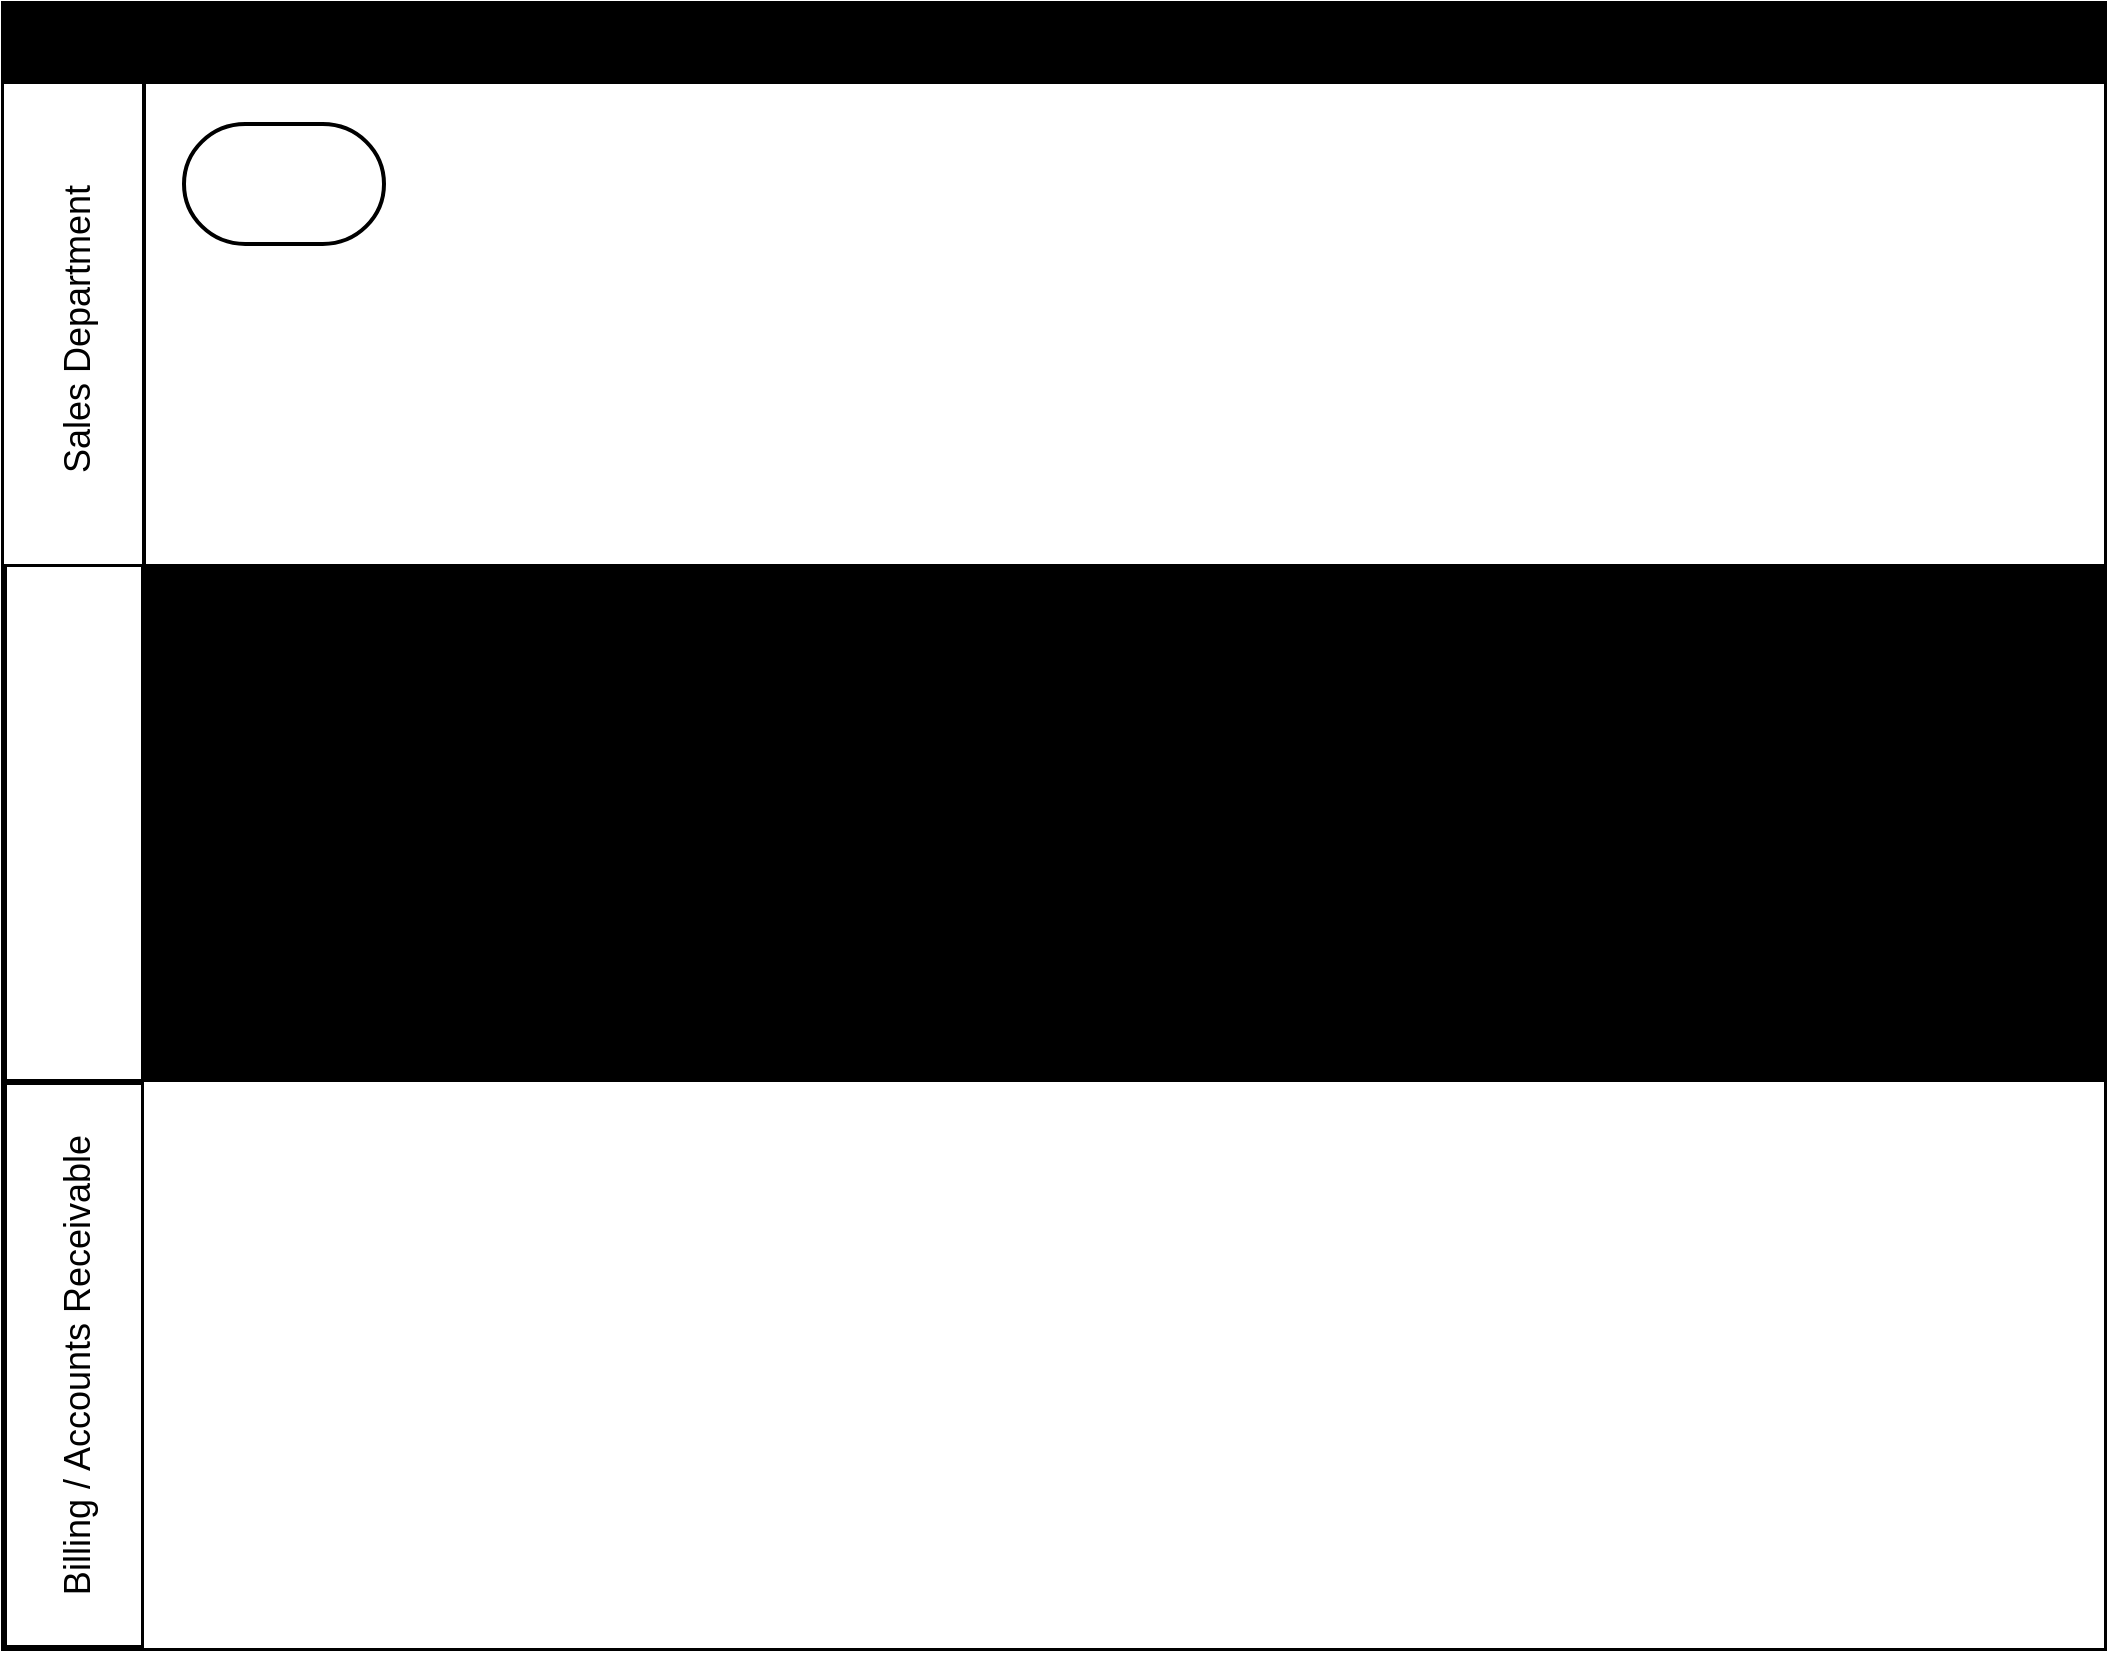
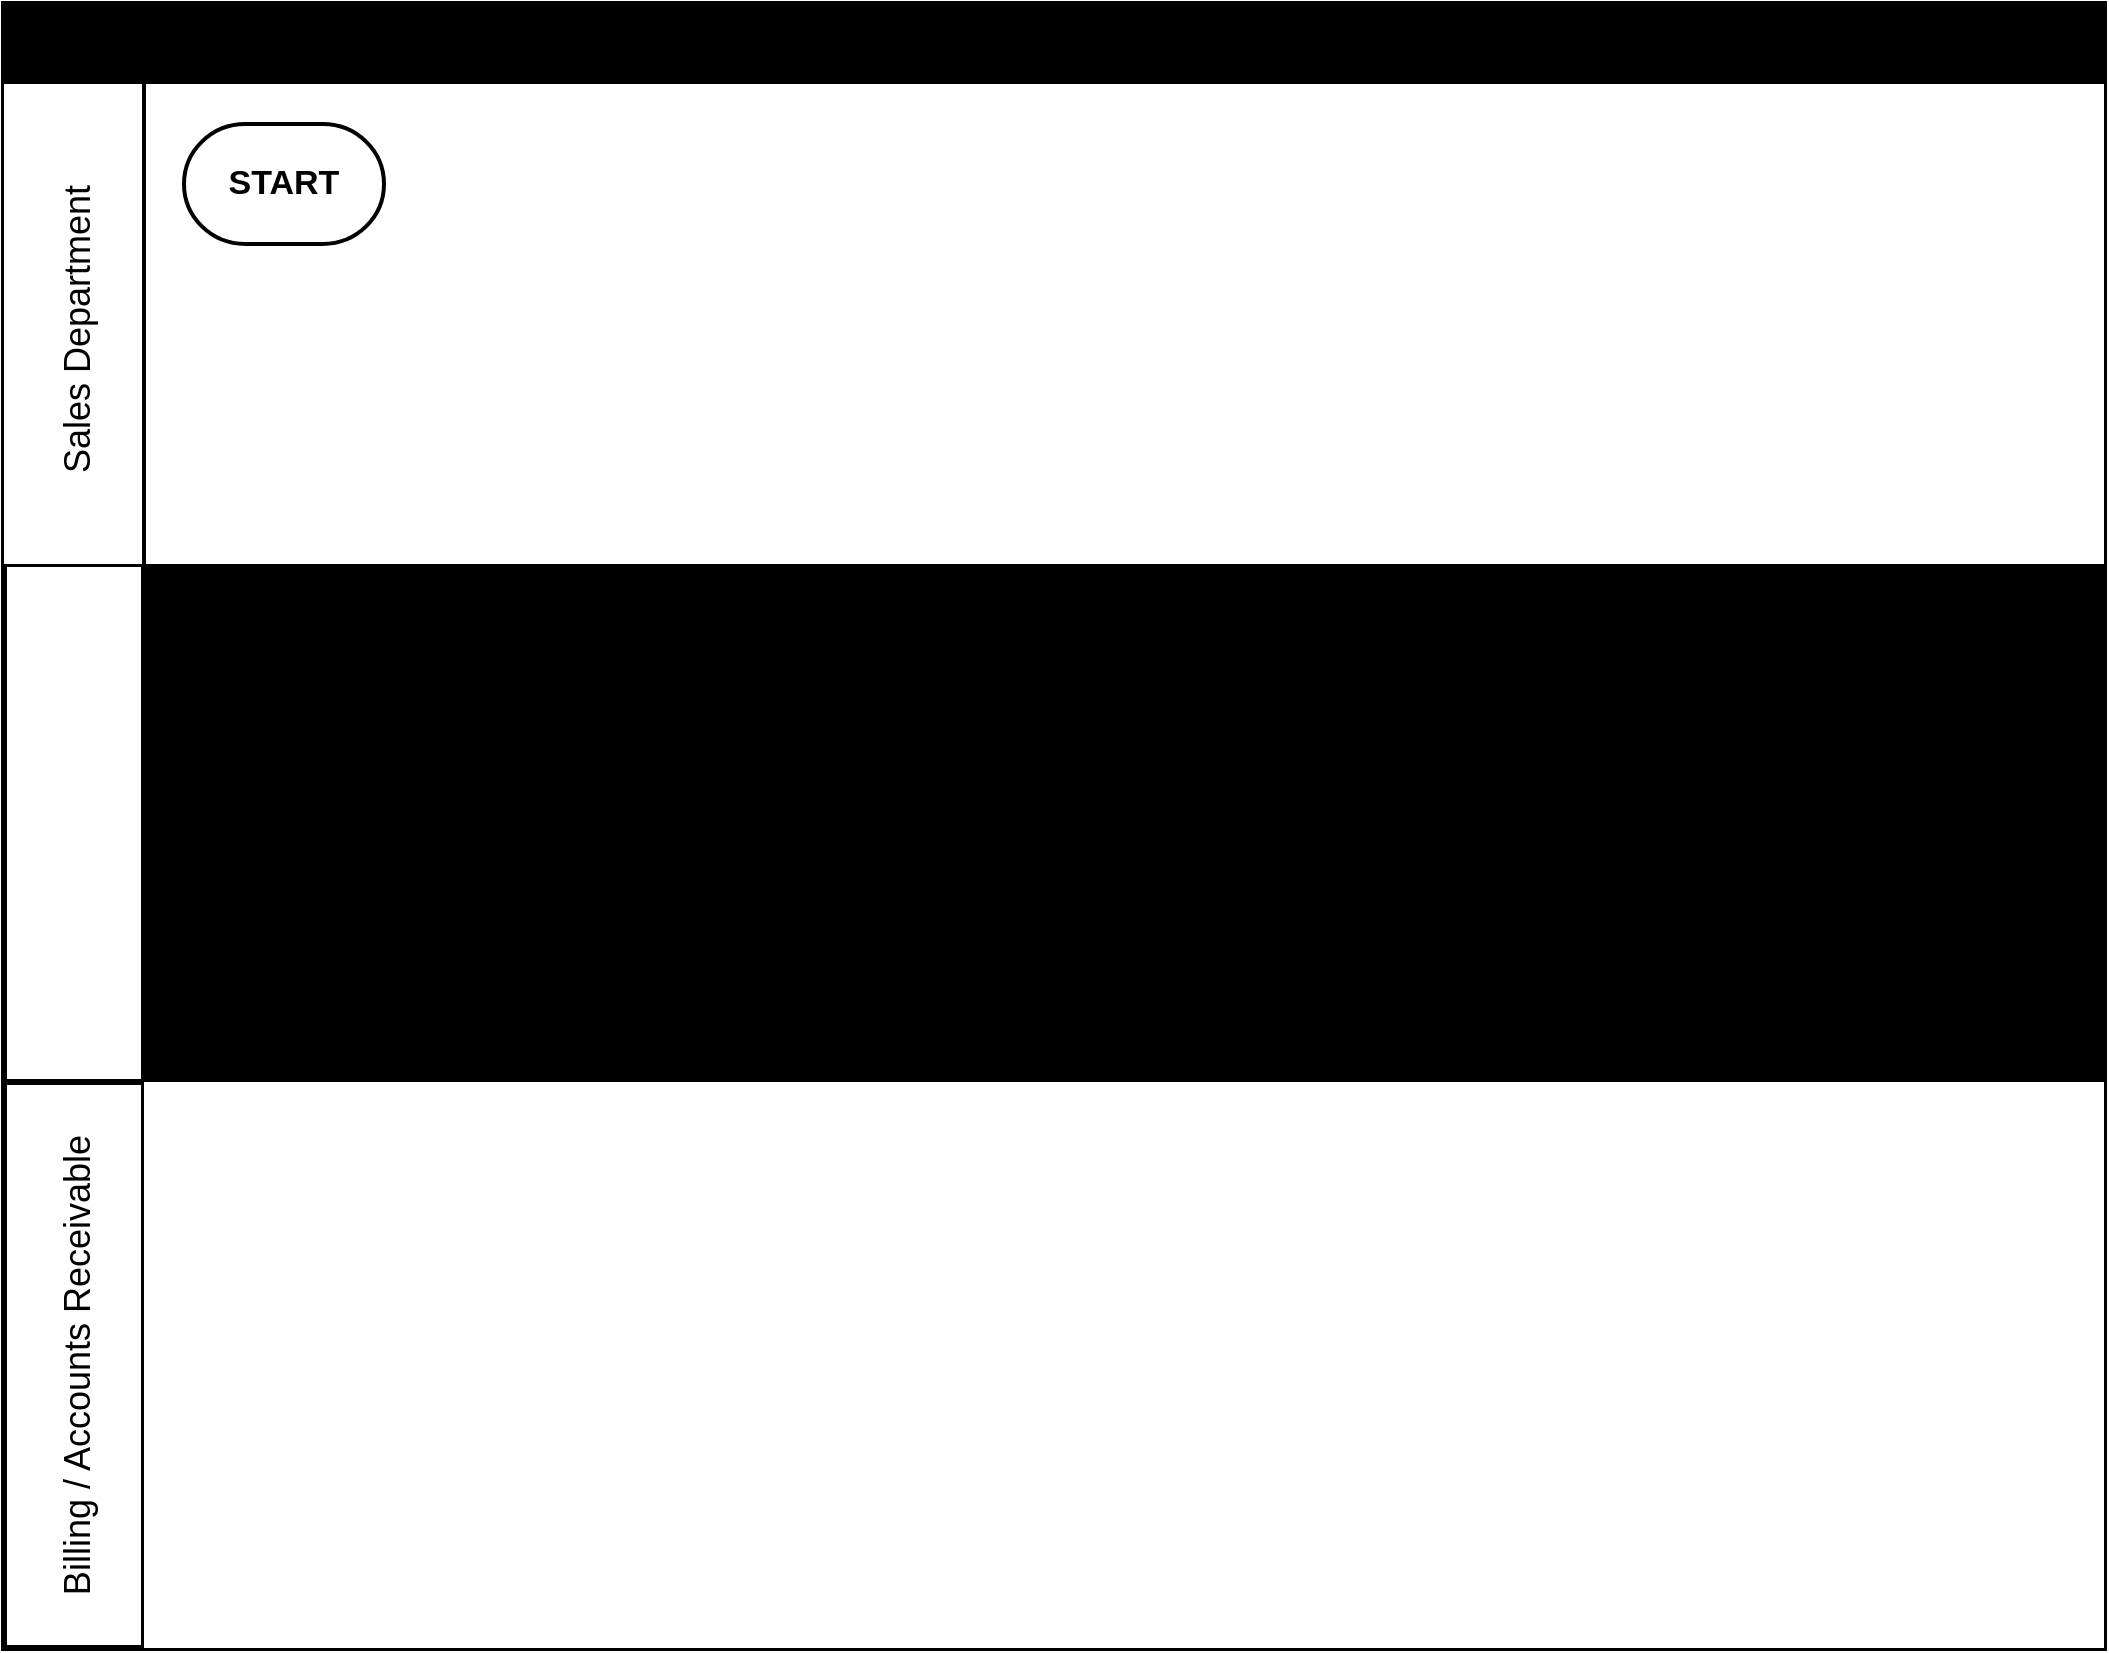
<mxfile host="app.diagrams.net">
  <diagram name="Page-1" id="JuwPx92q4KAnNjeC5ImY">
    <mxGraphModel dx="1356" dy="859" grid="1" gridSize="10" guides="1" tooltips="1" connect="1" arrows="1" fold="1" page="1" pageScale="1" pageWidth="1100" pageHeight="850" math="0" shadow="0">
      <root>
        <mxCell id="0" />
        <mxCell id="1" parent="0" />
        <mxCell id="NQ8u1UKUMeSrLokraIQ_-5" parent="1" style="shape=table;childLayout=tableLayout;startSize=40;collapsible=0;recursiveResize=0;expand=0;fontSize=21;fontColor=light-dark(#000000,#FF8000);fontStyle=1;labelBackgroundColor=none;labelBorderColor=none;fillColor=light-dark(#000000,#1A1A1A);strokeWidth=3;direction=east;perimeterSpacing=2;" value="Kissena Bakery — Revenue Cycle (Order-to-Cash)" vertex="1">
          <mxGeometry height="822" width="1050" x="20" y="10" as="geometry" />
        </mxCell>
-         <mxCell id="NQ8u1UKUMeSrLokraIQ_-6" parent="NQ8u1UKUMeSrLokraIQ_-5" style="shape=tableRow;horizontal=0;swimlaneHead=0;swimlaneBody=0;top=0;left=0;strokeColor=inherit;bottom=0;right=0;dropTarget=0;fontStyle=0;fillColor=light-dark(#FFFFFF,#006600);points=[[0,0.5],[1,0.5]];portConstraint=eastwest;startSize=70;collapsible=0;recursiveResize=0;expand=0;fontSize=18;strokeWidth=2;labelBorderColor=none;rounded=0;swimlaneLine=1;swimlaneFillColor=light-dark(#FFFFFF,#000000);" value="Sales Department " vertex="1">
+         <mxCell id="NQ8u1UKUMeSrLokraIQ_-6" parent="NQ8u1UKUMeSrLokraIQ_-5" style="shape=tableRow;horizontal=0;swimlaneHead=0;swimlaneBody=0;top=0;left=0;strokeColor=inherit;bottom=0;right=0;dropTarget=0;fontStyle=0;fillColor=light-dark(#FFFFFF,#009900);points=[[0,0.5],[1,0.5]];portConstraint=eastwest;startSize=70;collapsible=0;recursiveResize=0;expand=0;fontSize=18;strokeWidth=2;labelBorderColor=none;rounded=0;swimlaneLine=1;swimlaneFillColor=light-dark(#FFFFFF,#000000);" value="Sales Department " vertex="1">
          <mxGeometry height="240" width="1050" y="40" as="geometry" />
        </mxCell>
-         <mxCell id="NQ8u1UKUMeSrLokraIQ_-7" parent="NQ8u1UKUMeSrLokraIQ_-6" style="swimlane;swimlaneHead=0;swimlaneBody=0;fontStyle=0;strokeColor=inherit;connectable=0;fillColor=none;startSize=0;collapsible=0;recursiveResize=0;expand=0;fontSize=16;" value="" vertex="1">
+         <mxCell id="NQ8u1UKUMeSrLokraIQ_-7" parent="NQ8u1UKUMeSrLokraIQ_-6" style="swimlane;swimlaneHead=0;swimlaneBody=0;fontStyle=0;strokeColor=inherit;connectable=0;fillColor=light-dark(transparent,#FFF4C3);startSize=0;collapsible=0;recursiveResize=0;expand=0;fontSize=16;" value="" vertex="1">
          <mxGeometry height="240" width="980" x="70" as="geometry">
            <mxRectangle height="240" width="980" as="alternateBounds" />
          </mxGeometry>
        </mxCell>
-         <mxCell id="NQ8u1UKUMeSrLokraIQ_-38" parent="NQ8u1UKUMeSrLokraIQ_-7" style="strokeWidth=2;html=1;shape=mxgraph.flowchart.terminator;whiteSpace=wrap;" value="" vertex="1">
+         <mxCell id="NQ8u1UKUMeSrLokraIQ_-38" parent="NQ8u1UKUMeSrLokraIQ_-7" style="strokeWidth=2;html=1;shape=mxgraph.flowchart.terminator;whiteSpace=wrap;fillColor=light-dark(#FFFFFF,#99FF99);strokeColor=light-dark(#000000,#009900);" value="&lt;b&gt;&lt;font style=&quot;font-size: 17px; color: light-dark(rgb(0, 0, 0), rgb(0, 0, 0));&quot;&gt;START&lt;/font&gt;&lt;/b&gt;" vertex="1">
          <mxGeometry height="60" width="100" x="20" y="20" as="geometry" />
        </mxCell>
        <mxCell id="NQ8u1UKUMeSrLokraIQ_-10" parent="NQ8u1UKUMeSrLokraIQ_-5" style="shape=tableRow;horizontal=0;swimlaneHead=0;swimlaneBody=0;top=0;left=0;strokeColor=inherit;bottom=0;right=0;dropTarget=0;fontStyle=0;fillColor=light-dark(transparent,#007FFF);points=[[0,0.5],[1,0.5]];portConstraint=eastwest;startSize=70;collapsible=0;recursiveResize=0;expand=0;fontSize=19;strokeWidth=3;fontColor=light-dark(#FFFFFF,#FFFFFF);" value="Warehouse Department " vertex="1">
          <mxGeometry height="259" width="1050" y="280" as="geometry" />
        </mxCell>
        <mxCell id="NQ8u1UKUMeSrLokraIQ_-11" parent="NQ8u1UKUMeSrLokraIQ_-10" style="swimlane;swimlaneHead=0;swimlaneBody=0;fontStyle=0;connectable=0;strokeColor=inherit;fillColor=none;startSize=0;collapsible=0;recursiveResize=0;expand=0;fontSize=16;swimlaneFillColor=light-dark(#000000,#000000);" value="" vertex="1">
          <mxGeometry height="259" width="980" x="70" as="geometry">
            <mxRectangle height="259" width="980" as="alternateBounds" />
          </mxGeometry>
        </mxCell>
        <mxCell id="NQ8u1UKUMeSrLokraIQ_-14" parent="NQ8u1UKUMeSrLokraIQ_-5" style="shape=tableRow;horizontal=0;swimlaneHead=0;swimlaneBody=0;top=0;left=0;strokeColor=inherit;bottom=0;right=0;dropTarget=0;fontStyle=0;fillColor=light-dark(transparent,#CC6600);points=[[0,0.5],[1,0.5]];portConstraint=eastwest;startSize=70;collapsible=0;recursiveResize=0;expand=0;fontSize=18;strokeWidth=3;" value="Billing / Accounts Receivable" vertex="1">
          <mxGeometry height="283" width="1050" y="539" as="geometry" />
        </mxCell>
        <mxCell id="NQ8u1UKUMeSrLokraIQ_-15" parent="NQ8u1UKUMeSrLokraIQ_-14" style="swimlane;swimlaneHead=0;swimlaneBody=0;fontStyle=0;connectable=0;strokeColor=inherit;fillColor=none;startSize=0;collapsible=0;recursiveResize=0;expand=0;fontSize=16;swimlaneFillColor=light-dark(#FFFFFF,#000000);" value="" vertex="1">
          <mxGeometry height="283" width="980" x="70" as="geometry">
            <mxRectangle height="283" width="980" as="alternateBounds" />
          </mxGeometry>
        </mxCell>
      </root>
    </mxGraphModel>
  </diagram>
</mxfile>
